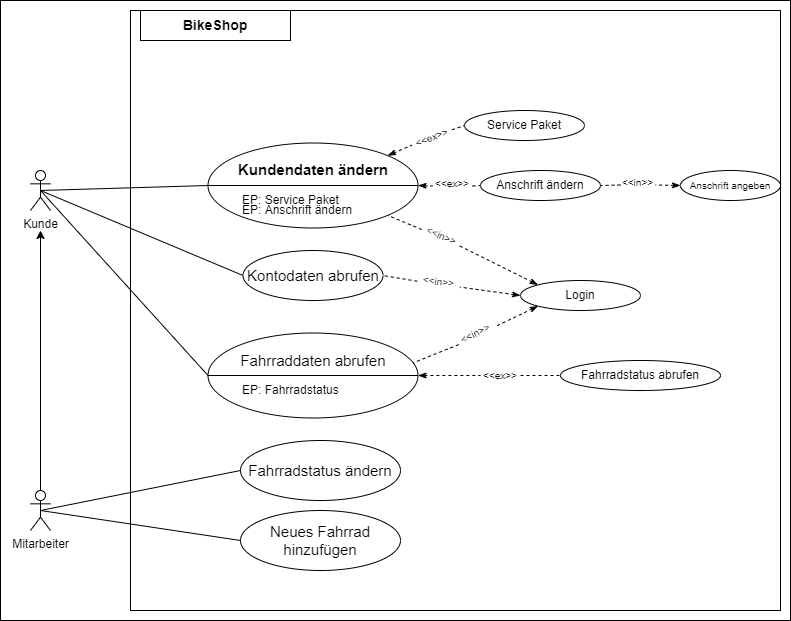
Above: pictures/BikeShopUseCaseDiagram.drawio.png in Peofesor/BikeShop (draw.io), before the change. Source tidied: cells renumbered, new cells last; positions are measured from the earlier drawing's top-left corner, leaving out a move shared by most shapes.
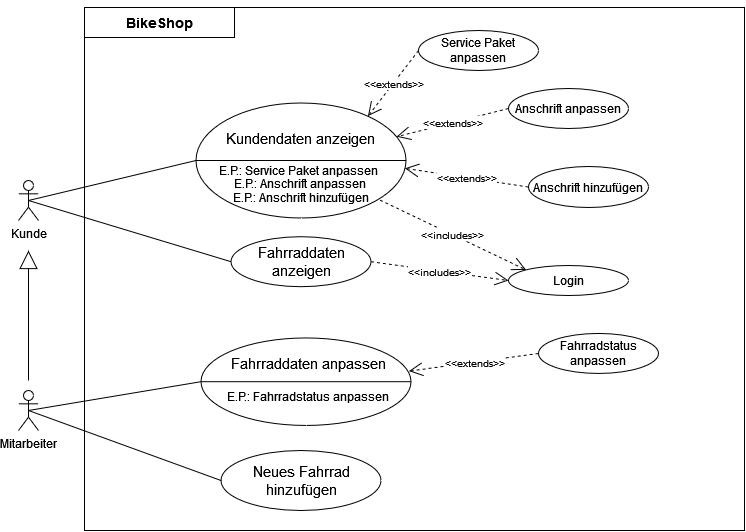
Above is the later version.

What changed in the source:
```diff
@@ -4,7 +4,7 @@
     <mxCell id="1" parent="0" />
-    <mxCell id="2" style="whiteSpace=wrap;html=1;labelBackgroundColor=none;labelBorderColor=none;align=left;fillColor=none;strokeColor=#000000;fontColor=#000000;" parent="1" vertex="1">
-      <mxGeometry x="130" y="10" width="650" height="600" as="geometry" />
-    </mxCell>
+    <mxCell id="48" style="rounded=0;whiteSpace=wrap;html=1;labelBackgroundColor=none;fillColor=none;strokeColor=#000000;" parent="1" vertex="1">
+      <mxGeometry x="96" y="-3" width="660" height="523" as="geometry" />
+    </mxCell>
     <mxCell id="3" value="&lt;font&gt;Mitarbeiter&lt;/font&gt;" style="shape=umlActor;verticalLabelPosition=bottom;labelBackgroundColor=none;verticalAlign=top;html=1;outlineConnect=0;fillColor=none;strokeColor=#000000;fontColor=#000000;" parent="1" vertex="1">
-      <mxGeometry x="30" y="490" width="20" height="40" as="geometry" />
+      <mxGeometry x="30" y="380" width="20" height="40" as="geometry" />
     </mxCell>
@@ -13,21 +13,16 @@
     </mxCell>
-    <mxCell id="5" style="edgeStyle=orthogonalEdgeStyle;rounded=0;jettySize=auto;html=1;fontColor=#000000;labelBorderColor=none;labelBackgroundColor=none;fillColor=none;strokeColor=#000000;" parent="1" edge="1" source="3">
-      <mxGeometry relative="1" as="geometry">
-        <mxPoint x="40" y="230" as="targetPoint" />
-      </mxGeometry>
-    </mxCell>
     <mxCell id="6" value="&lt;h3&gt;BikeShop&lt;/h3&gt;" style="rounded=0;whiteSpace=wrap;html=1;labelBackgroundColor=none;align=center;fontStyle=1;fillColor=none;strokeColor=#000000;fontColor=#000000;" parent="1" vertex="1">
-      <mxGeometry x="140" y="10" width="150" height="30" as="geometry" />
+      <mxGeometry x="96" y="-3" width="150" height="30" as="geometry" />
     </mxCell>
     <mxCell id="7" style="shape=lineEllipse;line=vertical;perimeter=ellipsePerimeter;whiteSpace=wrap;html=1;backgroundOutline=1;labelBackgroundColor=none;align=center;rotation=90;fillColor=none;strokeColor=#000000;fontColor=#000000;" parent="1" vertex="1">
-      <mxGeometry x="270" y="80" width="85" height="210" as="geometry" />
+      <mxGeometry x="255" y="45" width="115" height="210" as="geometry" />
     </mxCell>
-    <mxCell id="8" value="&lt;h3 style=&quot;font-size: 15px;&quot;&gt;Kundendaten ändern&lt;/h3&gt;" style="text;html=1;align=center;verticalAlign=middle;whiteSpace=wrap;rounded=0;labelBackgroundColor=none;fontSize=15;fillColor=none;strokeColor=none;fontColor=#000000;" parent="1" vertex="1">
-      <mxGeometry x="232.5" y="159" width="160" height="20" as="geometry" />
+    <mxCell id="8" value="&lt;h3 style=&quot;font-size: 15px;&quot;&gt;&lt;span style=&quot;font-weight: normal;&quot;&gt;Kundendaten anzeigen&lt;/span&gt;&lt;br&gt;&lt;/h3&gt;" style="text;html=1;align=center;verticalAlign=middle;whiteSpace=wrap;rounded=0;labelBackgroundColor=none;fontSize=15;fillColor=none;strokeColor=none;fontColor=#000000;" parent="1" vertex="1">
+      <mxGeometry x="232.5" y="118" width="160" height="20" as="geometry" />
     </mxCell>
-    <mxCell id="9" value="EP: Service Paket" style="text;html=1;align=left;verticalAlign=middle;whiteSpace=wrap;rounded=0;labelBackgroundColor=none;fillColor=none;strokeColor=none;fontColor=#000000;" parent="1" vertex="1">
-      <mxGeometry x="240" y="190" width="160" height="20" as="geometry" />
+    <mxCell id="9" value="&lt;div align=&quot;center&quot;&gt;E.P.: Service Paket anpassen&lt;/div&gt;" style="text;html=1;align=center;verticalAlign=middle;whiteSpace=wrap;rounded=0;labelBackgroundColor=none;fillColor=none;strokeColor=none;fontColor=#000000;" parent="1" vertex="1">
+      <mxGeometry x="200" y="150" width="220" height="20" as="geometry" />
     </mxCell>
-    <mxCell id="10" value="EP: Anschrift ändern" style="text;html=1;align=left;verticalAlign=middle;whiteSpace=wrap;rounded=0;labelBackgroundColor=none;fillColor=none;strokeColor=none;fontColor=#000000;" parent="1" vertex="1">
-      <mxGeometry x="240" y="200" width="130" height="20" as="geometry" />
+    <mxCell id="10" value="E.P.: Anschrift anpassen" style="text;html=1;align=left;verticalAlign=middle;whiteSpace=wrap;rounded=0;labelBackgroundColor=none;fillColor=none;strokeColor=none;fontColor=#000000;" parent="1" vertex="1">
+      <mxGeometry x="243.5" y="162.5" width="145" height="20" as="geometry" />
     </mxCell>
@@ -36,40 +31,10 @@
     </mxCell>
-    <mxCell id="12" value="Service Paket" style="ellipse;whiteSpace=wrap;html=1;labelBackgroundColor=none;align=center;fillColor=none;strokeColor=#000000;fontColor=#000000;" parent="1" vertex="1">
-      <mxGeometry x="464" y="110" width="120" height="30" as="geometry" />
+    <mxCell id="12" value="Service Paket anpassen" style="ellipse;whiteSpace=wrap;html=1;labelBackgroundColor=none;align=center;fillColor=none;strokeColor=#000000;fontColor=#000000;" parent="1" vertex="1">
+      <mxGeometry x="430" y="20" width="120" height="40" as="geometry" />
     </mxCell>
-    <mxCell id="13" style="endArrow=none;dashed=1;html=1;labelBackgroundColor=none;fontColor=#000000;entryX=0;entryY=0.5;entryDx=0;entryDy=0;exitX=1;exitY=0.5;exitDx=0;exitDy=0;startArrow=none;startFill=0;rounded=0;fillColor=none;strokeColor=#000000;" parent="1" edge="1" source="20" target="12">
-      <mxGeometry relative="1" as="geometry" />
-    </mxCell>
-    <mxCell id="14" value="Anschrift ändern" style="ellipse;whiteSpace=wrap;html=1;labelBackgroundColor=none;fontSize=12;align=center;fillColor=none;strokeColor=#000000;fontColor=#000000;" parent="1" vertex="1">
-      <mxGeometry x="480" y="170" width="120" height="30" as="geometry" />
+    <mxCell id="14" value="Anschrift anpassen" style="ellipse;whiteSpace=wrap;html=1;labelBackgroundColor=none;fontSize=12;align=center;fillColor=none;strokeColor=#000000;fontColor=#000000;" parent="1" vertex="1">
+      <mxGeometry x="520" y="78" width="120" height="40" as="geometry" />
     </mxCell>
-    <mxCell id="15" style="endArrow=none;dashed=1;html=1;labelBackgroundColor=none;fontSize=12;fontColor=#000000;entryX=0;entryY=0.5;entryDx=0;entryDy=0;exitX=1;exitY=0.75;exitDx=0;exitDy=0;strokeWidth=1;startArrow=none;startFill=0;rounded=0;fillColor=none;strokeColor=#000000;" parent="1" edge="1" source="22" target="14">
-      <mxGeometry relative="1" as="geometry" />
-    </mxCell>
-    <mxCell id="16" style="endArrow=none;dashed=1;html=1;labelBackgroundColor=none;fontSize=12;fontColor=#000000;entryX=1;entryY=0.5;entryDx=0;entryDy=0;exitX=0;exitY=0.75;exitDx=0;exitDy=0;rounded=0;strokeWidth=1;startArrow=none;startFill=0;fillColor=none;strokeColor=#000000;" parent="1" edge="1" source="18" target="14">
-      <mxGeometry relative="1" as="geometry" />
-    </mxCell>
-    <mxCell id="17" value="&lt;font style=&quot;font-size: 10px;&quot;&gt;Anschrift angeben&lt;/font&gt;" style="ellipse;whiteSpace=wrap;html=1;labelBackgroundColor=none;fontSize=10;align=center;fillColor=none;strokeColor=#000000;fontColor=#000000;" parent="1" vertex="1">
-      <mxGeometry x="680" y="170" width="100" height="30" as="geometry" />
-    </mxCell>
-    <mxCell id="18" value="&lt;font style=&quot;font-size: 10px&quot;&gt;&amp;lt;&amp;lt;in&amp;gt;&amp;gt;&lt;/font&gt;" style="text;html=1;align=center;verticalAlign=middle;whiteSpace=wrap;rounded=0;labelBackgroundColor=none;fontSize=12;rotation=0;fillColor=none;strokeColor=none;fontColor=#000000;" parent="1" vertex="1">
-      <mxGeometry x="620" y="177" width="35" height="10" as="geometry" />
-    </mxCell>
-    <mxCell id="19" style="endArrow=none;dashed=1;html=1;labelBackgroundColor=none;fontSize=12;fontColor=#000000;entryX=1;entryY=0.75;entryDx=0;entryDy=0;exitX=0;exitY=0.5;exitDx=0;exitDy=0;rounded=0;strokeWidth=1;startArrow=classicThin;startFill=1;fillColor=none;strokeColor=#000000;" parent="1" edge="1" source="17" target="18">
-      <mxGeometry relative="1" as="geometry" />
-    </mxCell>
-    <mxCell id="20" value="&lt;font style=&quot;font-size: 10px&quot;&gt;&amp;lt;&amp;lt;ex&amp;gt;&amp;gt;&lt;/font&gt;" style="text;html=1;align=center;verticalAlign=middle;whiteSpace=wrap;rounded=0;labelBackgroundColor=none;fontSize=10;rotation=-20.9;fillColor=none;strokeColor=none;fontColor=#000000;" parent="1" vertex="1">
-      <mxGeometry x="410" y="132" width="42.8" height="10" as="geometry" />
-    </mxCell>
-    <mxCell id="21" style="endArrow=none;dashed=1;html=1;labelBackgroundColor=none;fontColor=#000000;entryX=0;entryY=0.5;entryDx=0;entryDy=0;exitX=0;exitY=0;exitDx=0;exitDy=0;startArrow=classicThin;startFill=1;rounded=0;fillColor=none;strokeColor=#000000;" parent="1" edge="1" source="7" target="20">
-      <mxGeometry relative="1" as="geometry" />
-    </mxCell>
-    <mxCell id="22" value="&lt;font style=&quot;font-size: 10px&quot;&gt;&amp;lt;&amp;lt;ex&amp;gt;&amp;gt;&lt;/font&gt;" style="text;html=1;align=center;verticalAlign=middle;whiteSpace=wrap;rounded=0;labelBackgroundColor=none;fontSize=12;fillColor=none;strokeColor=none;fontColor=#000000;" parent="1" vertex="1">
-      <mxGeometry x="432" y="178" width="40" height="10" as="geometry" />
-    </mxCell>
-    <mxCell id="23" style="endArrow=none;dashed=1;html=1;labelBackgroundColor=none;fontSize=12;fontColor=#000000;entryX=0;entryY=0.75;entryDx=0;entryDy=0;exitX=0.5;exitY=0;exitDx=0;exitDy=0;rounded=0;strokeWidth=1;startArrow=classicThin;startFill=1;fillColor=none;strokeColor=#000000;" parent="1" edge="1" source="7" target="22">
-      <mxGeometry relative="1" as="geometry" />
-    </mxCell>
-    <mxCell id="24" value="Kontodaten abrufen" style="ellipse;whiteSpace=wrap;html=1;labelBackgroundColor=none;fontSize=15;align=center;fillColor=none;strokeColor=#000000;fontColor=#000000;" parent="1" vertex="1">
-      <mxGeometry x="242.5" y="250" width="140" height="50" as="geometry" />
+    <mxCell id="24" value="Fahrraddaten anzeigen" style="ellipse;whiteSpace=wrap;html=1;labelBackgroundColor=none;fontSize=15;align=center;fillColor=none;strokeColor=#000000;fontColor=#000000;" parent="1" vertex="1">
+      <mxGeometry x="242.5" y="226.2" width="140" height="50" as="geometry" />
     </mxCell>
@@ -79,62 +44,8 @@
     <mxCell id="26" value="Login" style="ellipse;whiteSpace=wrap;html=1;labelBackgroundColor=none;fontSize=12;align=center;fillColor=none;strokeColor=#000000;fontColor=#000000;" parent="1" vertex="1">
-      <mxGeometry x="520" y="280" width="120" height="30" as="geometry" />
+      <mxGeometry x="520" y="255" width="120" height="30" as="geometry" />
     </mxCell>
-    <mxCell id="27" style="shape=lineEllipse;line=vertical;perimeter=ellipsePerimeter;whiteSpace=wrap;html=1;backgroundOutline=1;labelBackgroundColor=none;align=center;rotation=90;fillColor=none;strokeColor=#000000;fontColor=#000000;" parent="1" vertex="1">
-      <mxGeometry x="270" y="270" width="85" height="210" as="geometry" />
-    </mxCell>
-    <mxCell id="28" value="Fahrraddaten abrufen" style="text;html=1;align=center;verticalAlign=middle;whiteSpace=wrap;rounded=0;labelBackgroundColor=none;fontSize=15;fillColor=none;strokeColor=none;fontColor=#000000;" parent="1" vertex="1">
-      <mxGeometry x="237.5" y="350" width="150" height="20" as="geometry" />
-    </mxCell>
-    <mxCell id="29" value="EP: Fahrradstatus" style="text;html=1;align=left;verticalAlign=middle;whiteSpace=wrap;rounded=0;labelBackgroundColor=none;fillColor=none;strokeColor=none;fontColor=#000000;" parent="1" vertex="1">
-      <mxGeometry x="240" y="380" width="130" height="20" as="geometry" />
-    </mxCell>
-    <mxCell id="30" value="Fahrradstatus abrufen" style="ellipse;whiteSpace=wrap;html=1;labelBackgroundColor=none;fontSize=12;align=center;fillColor=none;strokeColor=#000000;fontColor=#000000;" parent="1" vertex="1">
-      <mxGeometry x="560" y="360" width="160" height="30" as="geometry" />
-    </mxCell>
-    <mxCell id="31" style="endArrow=none;dashed=1;html=1;labelBackgroundColor=none;fontSize=12;fontColor=#000000;entryX=1;entryY=0.5;entryDx=0;entryDy=0;exitX=0;exitY=0.75;exitDx=0;exitDy=0;rounded=0;strokeWidth=1;startArrow=none;startFill=0;fillColor=none;strokeColor=#000000;" parent="1" edge="1" source="32" target="24">
-      <mxGeometry relative="1" as="geometry" />
-    </mxCell>
-    <mxCell id="32" value="&lt;font style=&quot;font-size: 10px&quot;&gt;&amp;lt;&amp;lt;in&amp;gt;&amp;gt;&lt;/font&gt;" style="text;html=1;align=center;verticalAlign=middle;whiteSpace=wrap;rounded=0;labelBackgroundColor=none;fontSize=12;rotation=7.799999999999999;fillColor=none;strokeColor=none;fontColor=#000000;" parent="1" vertex="1">
-      <mxGeometry x="417" y="276.2" width="42.9" height="10" as="geometry" />
-    </mxCell>
-    <mxCell id="33" style="endArrow=none;dashed=1;html=1;labelBackgroundColor=none;fontSize=12;fontColor=#000000;entryX=1;entryY=0.75;entryDx=0;entryDy=0;exitX=0;exitY=0.5;exitDx=0;exitDy=0;rounded=0;strokeWidth=1;startArrow=classicThin;startFill=1;fillColor=none;strokeColor=#000000;" parent="1" edge="1" source="26" target="32">
-      <mxGeometry relative="1" as="geometry" />
-    </mxCell>
-    <mxCell id="34" style="endArrow=none;dashed=1;html=1;labelBackgroundColor=none;fontSize=12;fontColor=#000000;entryX=0.351;entryY=0.023;entryDx=0;entryDy=0;exitX=0;exitY=0.75;exitDx=0;exitDy=0;rounded=0;strokeWidth=1;startArrow=none;startFill=0;entryPerimeter=0;fillColor=none;strokeColor=#000000;" parent="1" edge="1" source="35" target="27">
-      <mxGeometry relative="1" as="geometry" />
-    </mxCell>
-    <mxCell id="35" value="&lt;font style=&quot;font-size: 10px&quot;&gt;&amp;lt;&amp;lt;in&amp;gt;&amp;gt;&lt;/font&gt;" style="text;html=1;align=center;verticalAlign=middle;whiteSpace=wrap;rounded=0;labelBackgroundColor=none;fontSize=12;rotation=-26.3;fillColor=none;strokeColor=none;fontColor=#000000;" parent="1" vertex="1">
-      <mxGeometry x="455" y="328" width="40" height="10" as="geometry" />
-    </mxCell>
-    <mxCell id="36" style="endArrow=none;dashed=1;html=1;labelBackgroundColor=none;fontSize=12;fontColor=#000000;entryX=1;entryY=0.75;entryDx=0;entryDy=0;exitX=0;exitY=1;exitDx=0;exitDy=0;rounded=0;strokeWidth=1;startArrow=classicThin;startFill=1;fillColor=none;strokeColor=#000000;" parent="1" edge="1" source="26" target="35">
-      <mxGeometry relative="1" as="geometry" />
-    </mxCell>
-    <mxCell id="37" style="endArrow=none;dashed=1;html=1;labelBackgroundColor=none;fontSize=12;fontColor=#000000;entryX=1;entryY=0;entryDx=0;entryDy=0;exitX=0;exitY=0.75;exitDx=0;exitDy=0;rounded=0;strokeWidth=1;startArrow=none;startFill=0;fillColor=none;strokeColor=#000000;" parent="1" edge="1" source="38" target="7">
-      <mxGeometry relative="1" as="geometry" />
-    </mxCell>
-    <mxCell id="38" value="&lt;font style=&quot;font-size: 10px&quot;&gt;&amp;lt;&amp;lt;in&amp;gt;&amp;gt;&lt;/font&gt;" style="text;html=1;align=center;verticalAlign=middle;whiteSpace=wrap;rounded=0;labelBackgroundColor=none;fontSize=12;rotation=23.3;fillColor=none;strokeColor=none;fontColor=#000000;" parent="1" vertex="1">
-      <mxGeometry x="420.6" y="229.8" width="40.5" height="10" as="geometry" />
-    </mxCell>
-    <mxCell id="39" style="endArrow=none;dashed=1;html=1;labelBackgroundColor=none;fontSize=12;fontColor=#000000;entryX=1;entryY=0.75;entryDx=0;entryDy=0;exitX=0;exitY=0;exitDx=0;exitDy=0;rounded=0;strokeWidth=1;startArrow=classicThin;startFill=1;fillColor=none;strokeColor=#000000;" parent="1" edge="1" source="26" target="38">
-      <mxGeometry relative="1" as="geometry" />
-    </mxCell>
-    <mxCell id="40" style="endArrow=none;dashed=1;html=1;labelBackgroundColor=none;fontColor=#000000;entryX=0;entryY=0.5;entryDx=0;entryDy=0;exitX=1;exitY=0.5;exitDx=0;exitDy=0;startArrow=none;startFill=0;rounded=0;fillColor=none;strokeColor=#000000;" parent="1" edge="1" source="41" target="30">
-      <mxGeometry relative="1" as="geometry" />
-    </mxCell>
-    <mxCell id="41" value="&lt;font style=&quot;font-size: 10px&quot;&gt;&amp;lt;&amp;lt;ex&amp;gt;&amp;gt;&lt;/font&gt;" style="text;html=1;align=center;verticalAlign=middle;whiteSpace=wrap;rounded=0;labelBackgroundColor=none;fontSize=8;rotation=0;fillColor=none;strokeColor=none;fontColor=#000000;" parent="1" vertex="1">
-      <mxGeometry x="480" y="370" width="40" height="10" as="geometry" />
-    </mxCell>
-    <mxCell id="42" style="endArrow=none;dashed=1;html=1;labelBackgroundColor=none;fontColor=#000000;entryX=0;entryY=0.5;entryDx=0;entryDy=0;exitX=0.5;exitY=0;exitDx=0;exitDy=0;startArrow=classicThin;startFill=1;rounded=0;fillColor=none;strokeColor=#000000;" parent="1" edge="1" source="27" target="41">
-      <mxGeometry relative="1" as="geometry" />
-    </mxCell>
-    <mxCell id="43" style="endArrow=none;html=1;labelBackgroundColor=none;fontColor=#000000;exitX=0.5;exitY=0.5;exitDx=0;exitDy=0;exitPerimeter=0;entryX=0.5;entryY=1;entryDx=0;entryDy=0;fillColor=none;strokeColor=#000000;" parent="1" edge="1" source="4" target="27">
-      <mxGeometry relative="1" as="geometry" />
-    </mxCell>
-    <mxCell id="44" value="Fahrradstatus ändern" style="ellipse;whiteSpace=wrap;html=1;labelBackgroundColor=none;fontSize=15;align=center;fillColor=none;strokeColor=#000000;fontColor=#000000;" parent="1" vertex="1">
-      <mxGeometry x="240" y="440" width="160" height="60" as="geometry" />
-    </mxCell>
     <mxCell id="45" value="Neues Fahrrad hinzufügen" style="ellipse;whiteSpace=wrap;html=1;labelBackgroundColor=none;fontSize=15;align=center;fillColor=none;strokeColor=#000000;fontColor=#000000;" parent="1" vertex="1">
-      <mxGeometry x="240" y="510" width="160" height="60" as="geometry" />
+      <mxGeometry x="232.5" y="440" width="160" height="60" as="geometry" />
     </mxCell>
-    <mxCell id="46" style="endArrow=none;html=1;labelBackgroundColor=none;fontColor=#000000;exitX=0.5;exitY=0.5;exitDx=0;exitDy=0;exitPerimeter=0;entryX=0;entryY=0.5;entryDx=0;entryDy=0;fillColor=none;strokeColor=#000000;" parent="1" edge="1" source="3" target="44">
+    <mxCell id="46" style="endArrow=none;html=1;labelBackgroundColor=none;fontColor=#000000;exitX=0.5;exitY=0.5;exitDx=0;exitDy=0;exitPerimeter=0;entryX=0.5;entryY=1;entryDx=0;entryDy=0;fillColor=none;strokeColor=#000000;" parent="1" edge="1" source="3" target="51">
       <mxGeometry relative="1" as="geometry" />
@@ -144,5 +55,44 @@
     </mxCell>
-    <mxCell id="48" style="rounded=0;whiteSpace=wrap;html=1;labelBackgroundColor=none;fillColor=none;strokeColor=#000000;" parent="1" vertex="1">
-      <mxGeometry width="790" height="620" as="geometry" />
-    </mxCell>
+    <mxCell id="49" value="Anschrift hinzufügen" style="ellipse;whiteSpace=wrap;html=1;labelBackgroundColor=none;fontSize=12;align=center;fillColor=none;strokeColor=#000000;fontColor=#000000;" parent="1" vertex="1">
+      <mxGeometry x="540" y="156" width="120" height="41" as="geometry" />
+    </mxCell>
+    <mxCell id="50" value="E.P.: Anschrift hinzufügen" style="text;html=1;align=left;verticalAlign=middle;whiteSpace=wrap;rounded=0;labelBackgroundColor=none;fillColor=none;strokeColor=none;fontColor=#000000;" parent="1" vertex="1">
+      <mxGeometry x="243.2" y="177" width="162.5" height="20" as="geometry" />
+    </mxCell>
+    <mxCell id="51" style="shape=lineEllipse;line=vertical;perimeter=ellipsePerimeter;whiteSpace=wrap;html=1;backgroundOutline=1;labelBackgroundColor=none;align=center;rotation=90;fillColor=none;strokeColor=#000000;fontColor=#000000;" parent="1" vertex="1">
+      <mxGeometry x="273.8" y="266.2" width="87.5" height="210" as="geometry" />
+    </mxCell>
+    <mxCell id="52" value="Fahrraddaten anpassen" style="text;html=1;align=center;verticalAlign=middle;whiteSpace=wrap;rounded=0;labelBackgroundColor=none;fontSize=15;fillColor=none;strokeColor=none;fontColor=#000000;" parent="1" vertex="1">
+      <mxGeometry x="239.5" y="342.9" width="160" height="20" as="geometry" />
+    </mxCell>
+    <mxCell id="53" value="E.P.: Fahrradstatus anpassen" style="text;html=1;align=left;verticalAlign=middle;whiteSpace=wrap;rounded=0;labelBackgroundColor=none;fillColor=none;strokeColor=none;fontColor=#000000;" parent="1" vertex="1">
+      <mxGeometry x="236.5" y="376.4" width="190" height="20" as="geometry" />
+    </mxCell>
+    <mxCell id="54" value="Fahrradstatus anpassen" style="ellipse;whiteSpace=wrap;html=1;labelBackgroundColor=none;align=center;fillColor=none;strokeColor=#000000;fontColor=#000000;" parent="1" vertex="1">
+      <mxGeometry x="550" y="322.9" width="120" height="40" as="geometry" />
+    </mxCell>
+    <mxCell id="55" value="&lt;font style=&quot;font-size: 10px;&quot;&gt;&amp;lt;&amp;lt;extends&amp;gt;&amp;gt;&lt;/font&gt;" style="endArrow=open;endSize=12;dashed=1;html=1;rounded=0;exitX=0;exitY=0.5;exitDx=0;exitDy=0;entryX=0.114;entryY=0.181;entryDx=0;entryDy=0;entryPerimeter=0;" parent="1" edge="1" source="12" target="7">
+      <mxGeometry relative="1" as="geometry" />
+    </mxCell>
+    <mxCell id="56" value="&lt;font style=&quot;font-size: 10px;&quot;&gt;&amp;lt;&amp;lt;extends&amp;gt;&amp;gt;&lt;/font&gt;" style="endArrow=open;endSize=12;dashed=1;html=1;rounded=0;exitX=0;exitY=0.5;exitDx=0;exitDy=0;entryX=0.293;entryY=0.045;entryDx=0;entryDy=0;entryPerimeter=0;" parent="1" edge="1" source="14" target="7">
+      <mxGeometry relative="1" as="geometry" />
+    </mxCell>
+    <mxCell id="57" value="&lt;font style=&quot;font-size: 10px;&quot;&gt;&amp;lt;&amp;lt;extends&amp;gt;&amp;gt;&lt;/font&gt;" style="endArrow=open;endSize=12;dashed=1;html=1;rounded=0;exitX=0;exitY=0.5;exitDx=0;exitDy=0;entryX=0.568;entryY=0.005;entryDx=0;entryDy=0;entryPerimeter=0;" parent="1" edge="1" source="49" target="7">
+      <mxGeometry relative="1" as="geometry" />
+    </mxCell>
+    <mxCell id="58" value="&lt;font style=&quot;font-size: 10px;&quot;&gt;&amp;lt;&amp;lt;includes&amp;gt;&amp;gt;&lt;/font&gt;" style="endArrow=open;endSize=12;dashed=1;html=1;rounded=0;exitX=0.844;exitY=0.124;exitDx=0;exitDy=0;exitPerimeter=0;entryX=0;entryY=0;entryDx=0;entryDy=0;" parent="1" edge="1" source="7" target="26">
+      <mxGeometry relative="1" as="geometry" />
+    </mxCell>
+    <mxCell id="59" value="&lt;font style=&quot;font-size: 10px;&quot;&gt;&amp;lt;&amp;lt;includes&amp;gt;&amp;gt;&lt;/font&gt;" style="endArrow=open;endSize=12;dashed=1;html=1;rounded=0;exitX=1;exitY=0.5;exitDx=0;exitDy=0;entryX=0;entryY=0.5;entryDx=0;entryDy=0;" parent="1" edge="1" source="24" target="26">
+      <mxGeometry relative="1" as="geometry" />
+    </mxCell>
+    <mxCell id="60" value="&lt;font style=&quot;font-size: 10px;&quot;&gt;&amp;lt;&amp;lt;extends&amp;gt;&amp;gt;&lt;/font&gt;" style="endArrow=open;endSize=12;dashed=1;html=1;rounded=0;exitX=0;exitY=0.5;exitDx=0;exitDy=0;entryX=0.379;entryY=0.01;entryDx=0;entryDy=0;entryPerimeter=0;" parent="1" edge="1" source="54" target="51">
+      <mxGeometry relative="1" as="geometry" />
+    </mxCell>
+    <mxCell id="61" style="endArrow=block;endSize=16;endFill=0;html=1;rounded=0;" parent="1" edge="1">
+      <mxGeometry relative="1" as="geometry">
+        <mxPoint x="40" y="370" as="sourcePoint" />
+        <mxPoint x="40" y="240" as="targetPoint" />
+      </mxGeometry>
+    </mxCell>
   </root>
```
